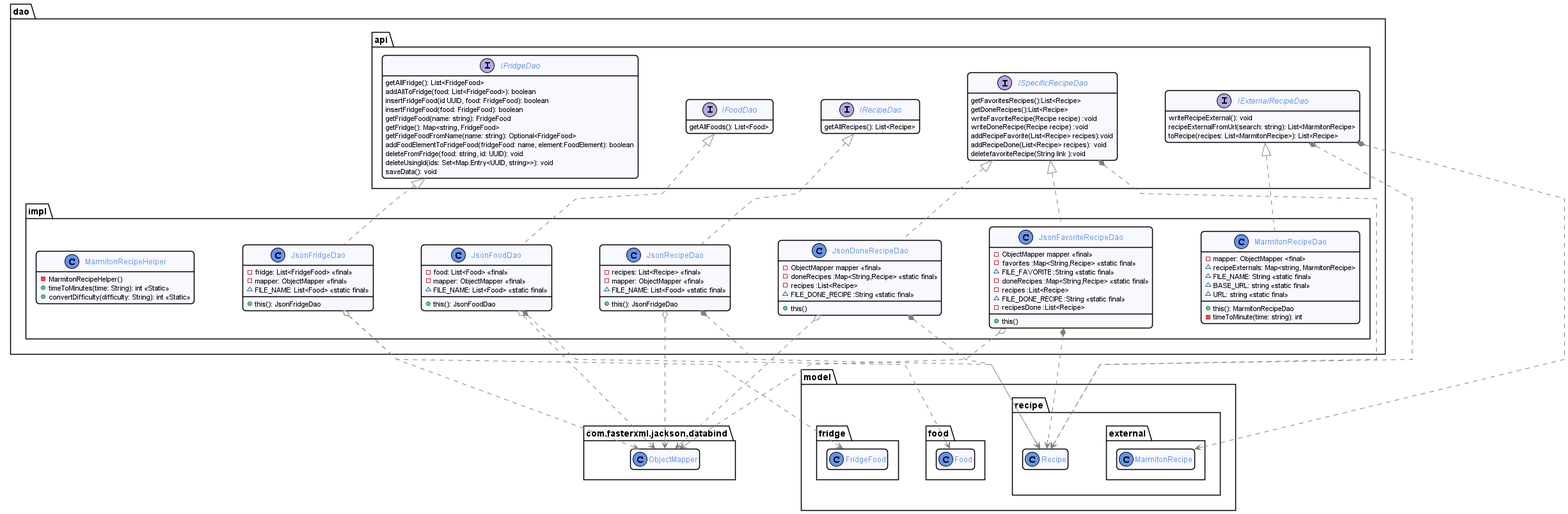
romainvacheret/wadge-backend keeps this PlantUML diagram as docs/diagram/out/dao.png. Above is the earlier version.
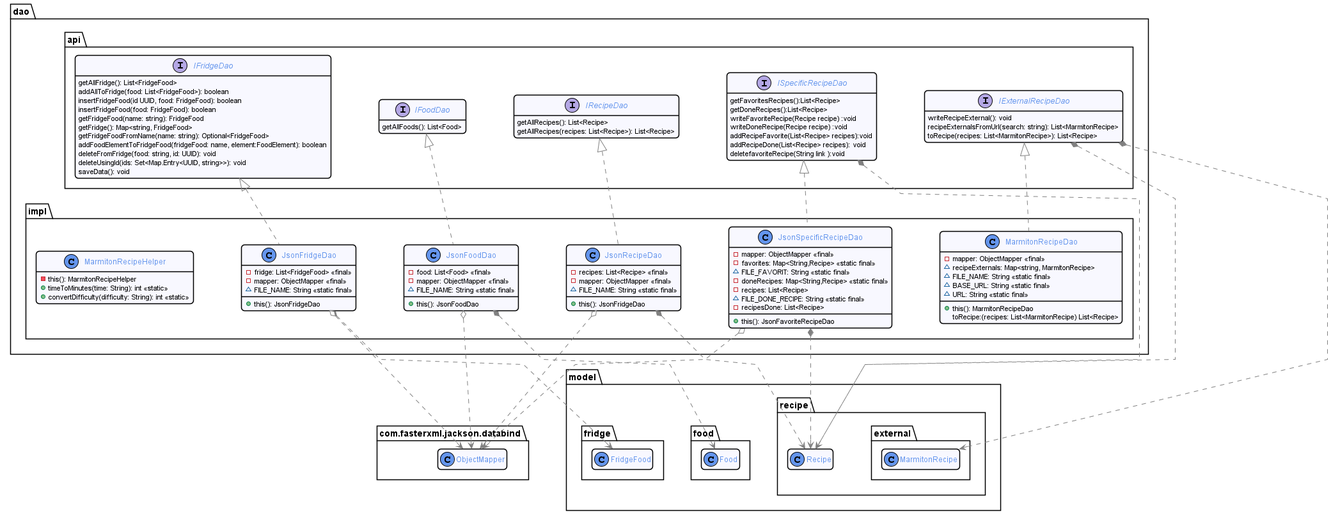
The same diagram one commit later.

Change to the diagram source:
```diff
@@ -44,20 +44,21 @@
 
         interface IRecipeDao {
             getAllRecipes(): List<Recipe>
+            getAllRecipes(recipes: List<Recipe>): List<Recipe>
         }
 
         interface IExternalRecipeDao {
             writeRecipeExternal(): void
-            recipeExternalFromUrl(search: string): List<MarmitonRecipe>
+            recipeExternalsFromUrl(search: string): List<MarmitonRecipe>
             toRecipe(recipes: List<MarmitonRecipe>): List<Recipe>
         }
         interface ISpecificRecipeDao{
-           getFavoritesRecipes():List<Recipe>
-          	getDoneRecipes():List<Recipe>
-          	 writeFavoriteRecipe(Recipe recipe) :void
+            getFavoritesRecipes():List<Recipe>
+            getDoneRecipes():List<Recipe>
+          	writeFavoriteRecipe(Recipe recipe) :void
           	writeDoneRecipe(Recipe recipe) :void
           	addRecipeFavorite(List<Recipe> recipes):void
-           addRecipeDone(List<Recipe> recipes):	void
+            addRecipeDone(List<Recipe> recipes):	void
           	deletefavoriteRecipe(String link ):void
         }
     }
@@ -66,54 +67,47 @@
         class JsonFoodDao implements IFoodDao {
             - food: List<Food> <<final>>
             - mapper: ObjectMapper <<final>>
-            ~ FILE_NAME: List<Food> <<static final>>
+            ~ FILE_NAME: String <<static final>>
             + this(): JsonFoodDao
         }
 
         class JsonFridgeDao implements IFridgeDao {
             - fridge: List<FridgeFood> <<final>>
             - mapper: ObjectMapper <<final>>
-            ~ FILE_NAME: List<Food> <<static final>>
+            ~ FILE_NAME: String <<static final>>
             + this(): JsonFridgeDao
         }
 
         class JsonRecipeDao implements IRecipeDao {
             - recipes: List<Recipe> <<final>>
             - mapper: ObjectMapper <<final>>
-            ~ FILE_NAME: List<Food> <<static final>>
+            ~ FILE_NAME: String <<static final>>
             + this(): JsonFridgeDao
         }
 
         class MarmitonRecipeDao implements IExternalRecipeDao {
-            - mapper: ObjectMapper <final>
+            - mapper: ObjectMapper <<final>>
             ~ recipeExternals: Map<string, MarmitonRecipe>
             ~ FILE_NAME: String <<static final>>
-            ~ BASE_URL: string <<static final>>
-            ~ URL: string <<static final>>
+            ~ BASE_URL: String <<static final>>
+            ~ URL: String <<static final>>
             + this(): MarmitonRecipeDao
-            - timeToMinute(time: string): int
+            toRecipe:(recipes: List<MarmitonRecipe) List<Recipe>
         }
-        class JsonFavoriteRecipeDao implements ISpecificRecipeDao {
-            - ObjectMapper mapper << final >>
-        	- favorites :Map<String,Recipe> <<static final>>
-        	~ FILE_FAVORITE :String <<static final >>
-        	- doneRecipes :Map<String,Recipe> <<static final>>
-            - recipes :List<Recipe>
-             ~ FILE_DONE_RECIPE :String <<static final >>
-        	- recipesDone :List<Recipe>
-        	+ this()
+        class JsonSpecificRecipeDao implements ISpecificRecipeDao {
+            - mapper: ObjectMapper <<final>>
+        	- favorites: Map<String,Recipe> <<static final>>
+        	~ FILE_FAVORIT: String <<static final >>
+        	- doneRecipes: Map<String,Recipe> <<static final>>
+            - recipes: List<Recipe>
+             ~ FILE_DONE_RECIPE: String <<static final >>
+        	- recipesDone: List<Recipe>
+        	+ this(): JsonFavoriteRecipeDao
         }
-        class JsonDoneRecipeDao implements ISpecificRecipeDao {
-            -  ObjectMapper mapper <<final>>
-            - doneRecipes :Map<String,Recipe> <<static final>>
-            - recipes :List<Recipe>
-            ~ FILE_DONE_RECIPE :String <<static final >>
-            + this()
-         }
         class MarmitonRecipeHelper{
-            - MarmitonRecipeHelper()
-            + timeToMinutes(time: String): int <<Static>>
-            + convertDifficulty(difficulty: String): int <<Static>>
+            - this(): MarmitonRecipeHelper
+            + timeToMinutes(time: String): int <<static>>
+            + convertDifficulty(difficulty: String): int <<static>>
         }
     }
 }
@@ -131,9 +125,6 @@
 IExternalRecipeDao *..> MarmitonRecipe
 
 ISpecificRecipeDao *..>Recipe
-JsonFavoriteRecipeDao *..>Recipe
-JsonFavoriteRecipeDao o..> ObjectMapper
-
-JsonDoneRecipeDao *..>Recipe
-JsonDoneRecipeDao o..> ObjectMapper
+JsonSpecificRecipeDao *..>Recipe
+JsonSpecificRecipeDao o..> ObjectMapper
 @enduml
```
